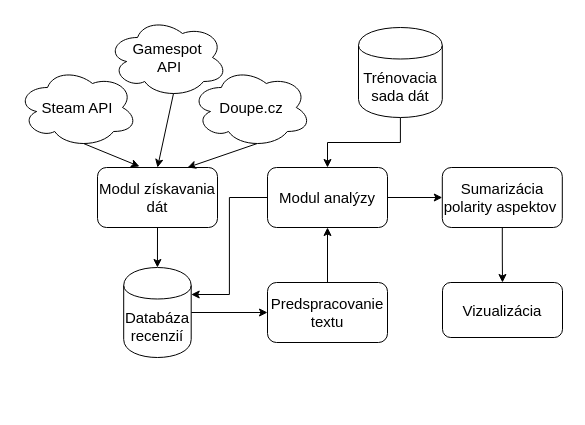
Earlier version of the draw.io diagram navrh_design.drawio (Fergons/SentimentAnalysis). Source tidied: cells renumbered, new cells numbered last; positions are measured from the earlier drawing's top-left corner, leaving out a move shared by most shapes. Both pictures are drawn from the tidied source at 100%, with x=0, y=0 at pixel (17, 17).
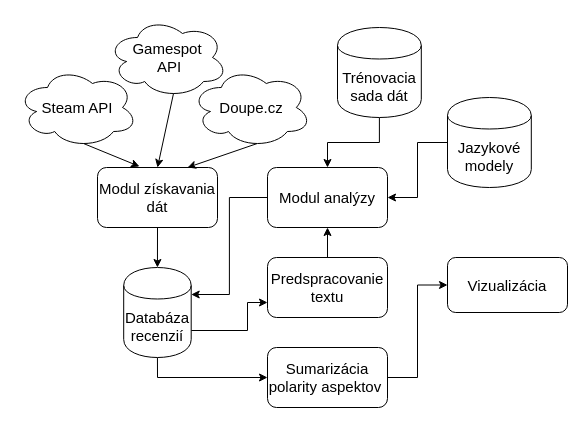
The same diagram, later.

Unchanged cells that the change refers to:
```xml
<mxCell id="8" value="Databáza recenzií" style="shape=cylinder;whiteSpace=wrap;html=1;boundedLbl=1;backgroundOutline=1;fontSize=15;" parent="1" vertex="1">
  <mxGeometry x="106.2" y="250" width="67.5" height="90" as="geometry" />
</mxCell>
<mxCell id="19" value="Modul analýzy" style="rounded=1;whiteSpace=wrap;html=1;fontSize=15;" parent="1" vertex="1">
  <mxGeometry x="250" y="150" width="120" height="60" as="geometry" />
</mxCell>
```

What changed in the source:
```diff
@@
+    <mxCell id="22" style="edgeStyle=orthogonalEdgeStyle;rounded=0;jettySize=auto;html=1;exitX=0.5;exitY=1;exitDx=0;exitDy=0;entryX=0;entryY=0.5;entryDx=0;entryDy=0;" parent="1" edge="1" source="8" target="14">
+      <mxGeometry relative="1" as="geometry" />
+    </mxCell>
-    <mxCell id="7" style="edgeStyle=orthogonalEdgeStyle;rounded=0;jettySize=auto;html=1;entryX=0;entryY=0.5;entryDx=0;entryDy=0;fontSize=15;" parent="1" edge="1" source="8" target="16">
-      <mxGeometry relative="1" as="geometry" />
+    <mxCell id="7" style="edgeStyle=orthogonalEdgeStyle;rounded=0;jettySize=auto;html=1;exitX=1;exitY=0.7;exitDx=0;exitDy=0;entryX=0;entryY=0.75;entryDx=0;entryDy=0;" parent="1" edge="1" source="8" target="16">
+      <mxGeometry relative="1" as="geometry">
+        <Array as="points">
+          <mxPoint x="230" y="313" />
+          <mxPoint x="230" y="285" />
+        </Array>
+      </mxGeometry>
     </mxCell>
@@
     <mxCell id="11" value="Trénovacia sada dát" style="shape=cylinder;whiteSpace=wrap;html=1;boundedLbl=1;backgroundOutline=1;fontSize=15;" parent="1" vertex="1">
-      <mxGeometry x="341" y="10" width="83.8" height="90" as="geometry" />
+      <mxGeometry x="320" y="10" width="83.8" height="90" as="geometry" />
     </mxCell>
     <mxCell id="12" value="Vizualizácia" style="rounded=1;whiteSpace=wrap;html=1;fontSize=15;" parent="1" vertex="1">
-      <mxGeometry x="425" y="265" width="120" height="55" as="geometry" />
+      <mxGeometry x="430" y="240" width="120" height="55" as="geometry" />
     </mxCell>
-    <mxCell id="13" style="edgeStyle=orthogonalEdgeStyle;rounded=0;jettySize=auto;html=1;exitX=0.5;exitY=1;exitDx=0;exitDy=0;entryX=0.5;entryY=0;entryDx=0;entryDy=0;" parent="1" edge="1" source="14" target="12">
+    <mxCell id="13" style="edgeStyle=orthogonalEdgeStyle;rounded=0;jettySize=auto;html=1;exitX=1;exitY=0.5;exitDx=0;exitDy=0;entryX=0;entryY=0.5;entryDx=0;entryDy=0;" parent="1" edge="1" source="14" target="12">
       <mxGeometry relative="1" as="geometry" />
     </mxCell>
     <mxCell id="14" value="Sumarizácia polarity aspektov&amp;nbsp;" style="rounded=1;whiteSpace=wrap;html=1;fontSize=15;" parent="1" vertex="1">
-      <mxGeometry x="424.8" y="150" width="120" height="60" as="geometry" />
+      <mxGeometry x="250" y="330" width="120" height="60" as="geometry" />
     </mxCell>
@@
     <mxCell id="16" value="Predspracovanie textu" style="rounded=1;whiteSpace=wrap;html=1;fontSize=15;" parent="1" vertex="1">
-      <mxGeometry x="250" y="265" width="120" height="60" as="geometry" />
+      <mxGeometry x="250" y="240" width="120" height="60" as="geometry" />
     </mxCell>
-    <mxCell id="17" style="edgeStyle=orthogonalEdgeStyle;rounded=0;jettySize=auto;html=1;fontSize=15;entryX=0;entryY=0.5;entryDx=0;entryDy=0;" parent="1" edge="1" source="19" target="14">
-      <mxGeometry relative="1" as="geometry" />
-    </mxCell>
@@
+    <mxCell id="23" style="edgeStyle=orthogonalEdgeStyle;rounded=0;jettySize=auto;html=1;exitX=0;exitY=0.5;exitDx=0;exitDy=0;entryX=1;entryY=0.5;entryDx=0;entryDy=0;" parent="1" edge="1" source="24" target="19">
+      <mxGeometry relative="1" as="geometry" />
+    </mxCell>
+    <mxCell id="24" value="Jazykové modely" style="shape=cylinder;whiteSpace=wrap;html=1;boundedLbl=1;backgroundOutline=1;fontSize=15;" parent="1" vertex="1">
+      <mxGeometry x="430" y="80" width="83.8" height="90" as="geometry" />
+    </mxCell>
```
